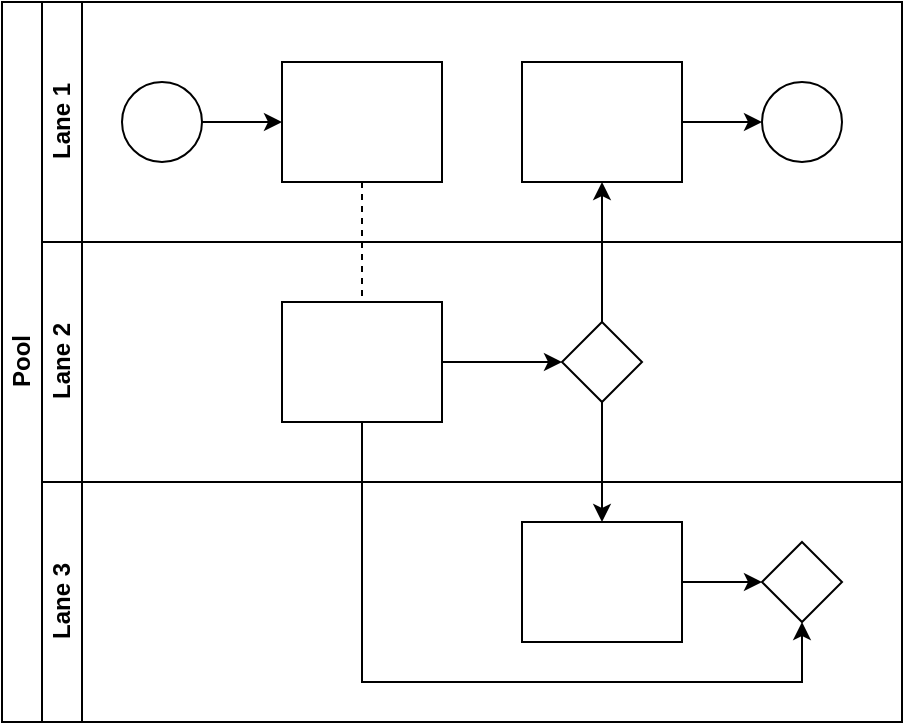
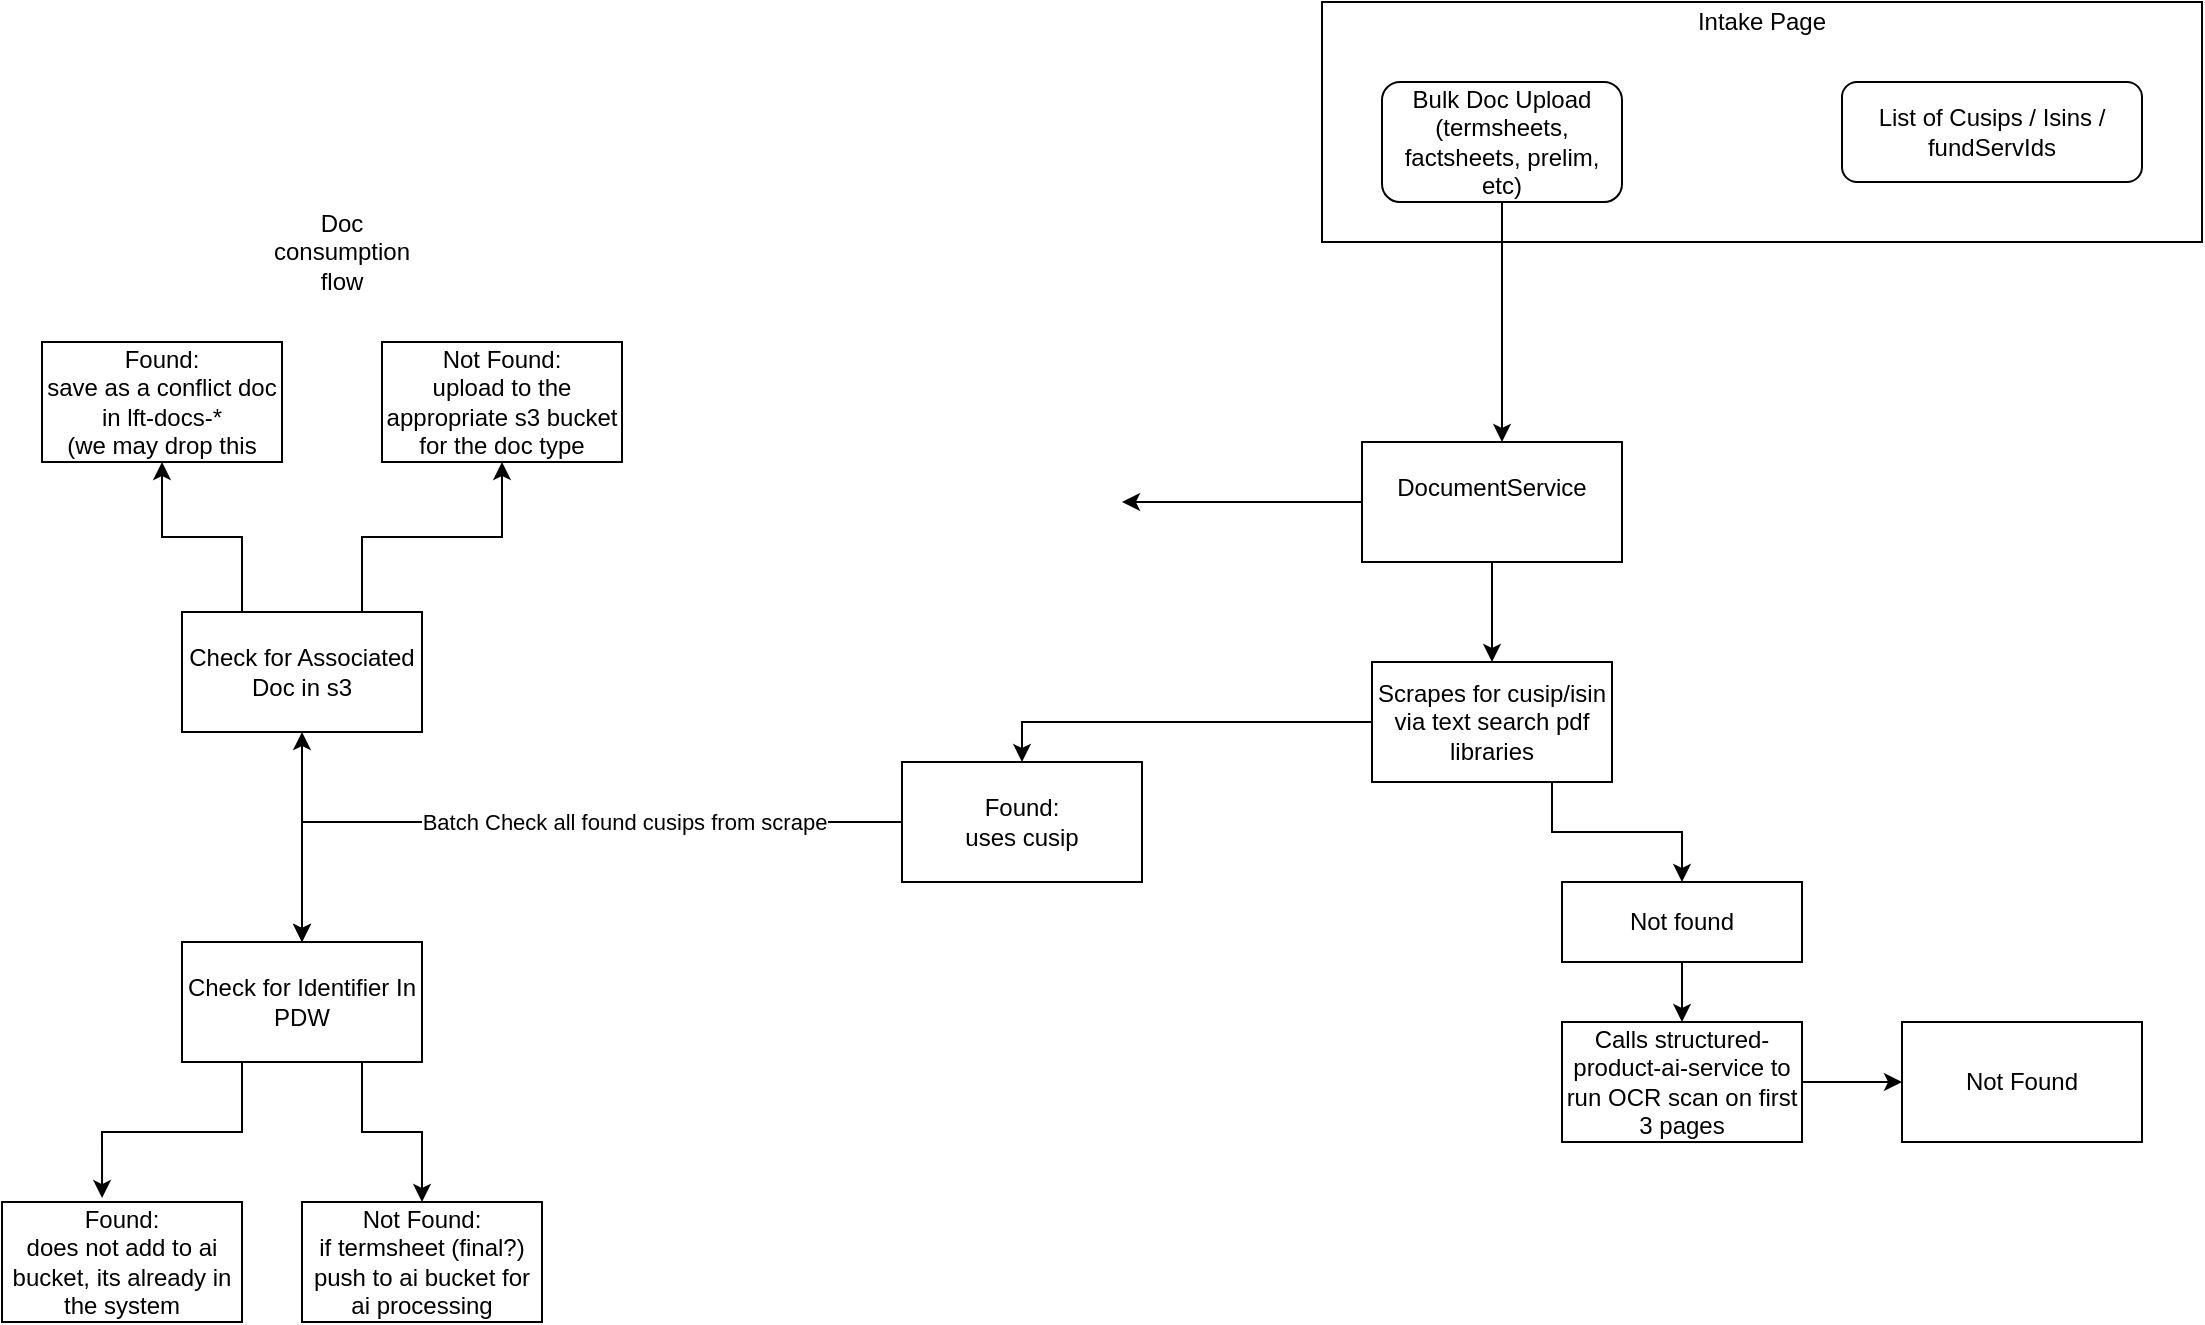
<mxfile host="app.diagrams.net">
  <diagram id="prtHgNgQTEPvFCAcTncT" name="Page-1">
-     <mxGraphModel dx="1223" dy="645" grid="1" gridSize="10" guides="1" tooltips="1" connect="1" arrows="1" fold="1" page="1" pageScale="1" pageWidth="827" pageHeight="1169" math="0" shadow="0">
+     <mxGraphModel dx="2241" dy="761" grid="1" gridSize="10" guides="1" tooltips="1" connect="1" arrows="1" fold="1" page="1" pageScale="1" pageWidth="827" pageHeight="1169" math="0" shadow="0">
      <root>
        <mxCell id="0" />
        <mxCell id="1" parent="0" />
-         <mxCell id="dNxyNK7c78bLwvsdeMH5-19" value="Pool" style="swimlane;html=1;childLayout=stackLayout;resizeParent=1;resizeParentMax=0;horizontal=0;startSize=20;horizontalStack=0;" parent="1" vertex="1">
-           <mxGeometry x="120" y="120" width="450" height="360" as="geometry" />
+         <mxCell id="nDp43B2aPUJu3V_i12Yd-2" parent="1" style="rounded=0;whiteSpace=wrap;html=1;" value="Intake Page&lt;div&gt;&lt;br&gt;&lt;/div&gt;&lt;div&gt;&lt;br&gt;&lt;/div&gt;&lt;div&gt;&lt;br&gt;&lt;/div&gt;&lt;div&gt;&lt;br&gt;&lt;/div&gt;&lt;div&gt;&lt;br&gt;&lt;/div&gt;&lt;div&gt;&lt;br&gt;&lt;/div&gt;&lt;div&gt;&lt;br&gt;&lt;/div&gt;" vertex="1">
+           <mxGeometry height="120" width="440" x="80" y="120" as="geometry" />
        </mxCell>
-         <mxCell id="dNxyNK7c78bLwvsdeMH5-27" value="" style="edgeStyle=orthogonalEdgeStyle;rounded=0;orthogonalLoop=1;jettySize=auto;html=1;dashed=1;endArrow=none;endFill=0;" parent="dNxyNK7c78bLwvsdeMH5-19" source="dNxyNK7c78bLwvsdeMH5-24" target="dNxyNK7c78bLwvsdeMH5-26" edge="1">
+         <mxCell id="nDp43B2aPUJu3V_i12Yd-8" edge="1" parent="1" source="nDp43B2aPUJu3V_i12Yd-4" style="edgeStyle=orthogonalEdgeStyle;rounded=0;orthogonalLoop=1;jettySize=auto;html=1;exitX=0.5;exitY=1;exitDx=0;exitDy=0;endArrow=classic;endFill=1;">
+           <mxGeometry relative="1" as="geometry">
+             <mxPoint x="170" y="340" as="targetPoint" />
+           </mxGeometry>
+         </mxCell>
+         <mxCell id="nDp43B2aPUJu3V_i12Yd-4" parent="1" style="rounded=1;whiteSpace=wrap;html=1;" value="Bulk Doc Upload&lt;br&gt;(termsheets, factsheets, prelim, etc)" vertex="1">
+           <mxGeometry height="60" width="120" x="110" y="160" as="geometry" />
+         </mxCell>
+         <mxCell id="nDp43B2aPUJu3V_i12Yd-7" parent="1" style="rounded=1;whiteSpace=wrap;html=1;" value="List of Cusips / Isins / fundServIds" vertex="1">
+           <mxGeometry height="50" width="150" x="340" y="160" as="geometry" />
+         </mxCell>
+         <mxCell id="nDp43B2aPUJu3V_i12Yd-11" edge="1" parent="1" source="nDp43B2aPUJu3V_i12Yd-9" style="edgeStyle=orthogonalEdgeStyle;rounded=0;orthogonalLoop=1;jettySize=auto;html=1;" value="">
+           <mxGeometry relative="1" as="geometry">
+             <mxPoint x="-20" y="370" as="targetPoint" />
+           </mxGeometry>
+         </mxCell>
+         <mxCell id="nDp43B2aPUJu3V_i12Yd-14" edge="1" parent="1" source="nDp43B2aPUJu3V_i12Yd-9" style="edgeStyle=orthogonalEdgeStyle;rounded=0;orthogonalLoop=1;jettySize=auto;html=1;exitX=0.5;exitY=1;exitDx=0;exitDy=0;entryX=0.5;entryY=0;entryDx=0;entryDy=0;" target="nDp43B2aPUJu3V_i12Yd-13">
          <mxGeometry relative="1" as="geometry" />
        </mxCell>
-         <mxCell id="dNxyNK7c78bLwvsdeMH5-31" style="edgeStyle=orthogonalEdgeStyle;rounded=0;orthogonalLoop=1;jettySize=auto;html=1;endArrow=classic;endFill=1;" parent="dNxyNK7c78bLwvsdeMH5-19" source="dNxyNK7c78bLwvsdeMH5-28" target="dNxyNK7c78bLwvsdeMH5-30" edge="1">
+         <mxCell id="nDp43B2aPUJu3V_i12Yd-9" parent="1" style="rounded=0;whiteSpace=wrap;html=1;" value="DocumentService&lt;div&gt;&lt;br&gt;&lt;/div&gt;" vertex="1">
+           <mxGeometry height="60" width="130" x="100" y="340" as="geometry" />
+         </mxCell>
+         <mxCell id="nDp43B2aPUJu3V_i12Yd-18" edge="1" parent="1" source="nDp43B2aPUJu3V_i12Yd-13" style="edgeStyle=orthogonalEdgeStyle;rounded=0;orthogonalLoop=1;jettySize=auto;html=1;exitX=0.75;exitY=1;exitDx=0;exitDy=0;" target="nDp43B2aPUJu3V_i12Yd-19">
+           <mxGeometry relative="1" as="geometry">
+             <mxPoint x="240" y="590" as="targetPoint" />
+           </mxGeometry>
+         </mxCell>
+         <mxCell id="nDp43B2aPUJu3V_i12Yd-44" edge="1" parent="1" source="nDp43B2aPUJu3V_i12Yd-13" style="edgeStyle=orthogonalEdgeStyle;rounded=0;orthogonalLoop=1;jettySize=auto;html=1;exitX=0;exitY=0.5;exitDx=0;exitDy=0;entryX=0.5;entryY=0;entryDx=0;entryDy=0;" target="nDp43B2aPUJu3V_i12Yd-17">
          <mxGeometry relative="1" as="geometry" />
        </mxCell>
-         <mxCell id="dNxyNK7c78bLwvsdeMH5-35" style="edgeStyle=orthogonalEdgeStyle;rounded=0;orthogonalLoop=1;jettySize=auto;html=1;endArrow=classic;endFill=1;" parent="dNxyNK7c78bLwvsdeMH5-19" source="dNxyNK7c78bLwvsdeMH5-28" target="dNxyNK7c78bLwvsdeMH5-34" edge="1">
+         <mxCell id="nDp43B2aPUJu3V_i12Yd-13" parent="1" style="rounded=0;whiteSpace=wrap;html=1;" value="Scrapes for cusip/isin via text search pdf libraries" vertex="1">
+           <mxGeometry height="60" width="120" x="105" y="450" as="geometry" />
+         </mxCell>
+         <mxCell id="nDp43B2aPUJu3V_i12Yd-30" edge="1" parent="1" source="nDp43B2aPUJu3V_i12Yd-17" style="edgeStyle=orthogonalEdgeStyle;rounded=0;orthogonalLoop=1;jettySize=auto;html=1;" target="nDp43B2aPUJu3V_i12Yd-29" value="">
          <mxGeometry relative="1" as="geometry" />
        </mxCell>
-         <mxCell id="dNxyNK7c78bLwvsdeMH5-38" style="edgeStyle=orthogonalEdgeStyle;rounded=0;orthogonalLoop=1;jettySize=auto;html=1;endArrow=classic;endFill=1;" parent="dNxyNK7c78bLwvsdeMH5-19" source="dNxyNK7c78bLwvsdeMH5-26" target="dNxyNK7c78bLwvsdeMH5-36" edge="1">
-           <mxGeometry relative="1" as="geometry">
-             <Array as="points">
-               <mxPoint x="180" y="340" />
-               <mxPoint x="400" y="340" />
-             </Array>
+         <mxCell id="nDp43B2aPUJu3V_i12Yd-31" edge="1" parent="1" source="nDp43B2aPUJu3V_i12Yd-17" style="edgeStyle=orthogonalEdgeStyle;rounded=0;orthogonalLoop=1;jettySize=auto;html=1;" target="nDp43B2aPUJu3V_i12Yd-29" value="">
+           <mxGeometry relative="1" as="geometry" />
+         </mxCell>
+         <mxCell id="nDp43B2aPUJu3V_i12Yd-33" edge="1" parent="1" source="nDp43B2aPUJu3V_i12Yd-17" style="edgeStyle=orthogonalEdgeStyle;rounded=0;orthogonalLoop=1;jettySize=auto;html=1;exitX=0;exitY=0.5;exitDx=0;exitDy=0;entryX=0.5;entryY=1;entryDx=0;entryDy=0;" target="nDp43B2aPUJu3V_i12Yd-32">
+           <mxGeometry relative="1" as="geometry" />
+         </mxCell>
+         <mxCell id="nDp43B2aPUJu3V_i12Yd-34" connectable="0" parent="nDp43B2aPUJu3V_i12Yd-33" style="edgeLabel;html=1;align=center;verticalAlign=middle;resizable=0;points=[];" value="Batch Check all found cusips from scrape" vertex="1">
+           <mxGeometry relative="1" x="0.0756" y="-1" as="geometry">
+             <mxPoint x="46" y="1" as="offset" />
          </mxGeometry>
        </mxCell>
-         <mxCell id="dNxyNK7c78bLwvsdeMH5-20" value="Lane 1" style="swimlane;html=1;startSize=20;horizontal=0;" parent="dNxyNK7c78bLwvsdeMH5-19" vertex="1">
-           <mxGeometry x="20" width="430" height="120" as="geometry" />
+         <mxCell id="nDp43B2aPUJu3V_i12Yd-17" parent="1" style="rounded=0;whiteSpace=wrap;html=1;" value="Found:&lt;br&gt;uses cusip" vertex="1">
+           <mxGeometry height="60" width="120" x="-130" y="500" as="geometry" />
        </mxCell>
-         <mxCell id="dNxyNK7c78bLwvsdeMH5-25" value="" style="edgeStyle=orthogonalEdgeStyle;rounded=0;orthogonalLoop=1;jettySize=auto;html=1;" parent="dNxyNK7c78bLwvsdeMH5-20" source="dNxyNK7c78bLwvsdeMH5-23" target="dNxyNK7c78bLwvsdeMH5-24" edge="1">
+         <mxCell id="nDp43B2aPUJu3V_i12Yd-21" edge="1" parent="1" source="nDp43B2aPUJu3V_i12Yd-19" style="edgeStyle=orthogonalEdgeStyle;rounded=0;orthogonalLoop=1;jettySize=auto;html=1;" target="nDp43B2aPUJu3V_i12Yd-20" value="">
          <mxGeometry relative="1" as="geometry" />
        </mxCell>
-         <mxCell id="dNxyNK7c78bLwvsdeMH5-23" value="" style="ellipse;whiteSpace=wrap;html=1;" parent="dNxyNK7c78bLwvsdeMH5-20" vertex="1">
-           <mxGeometry x="40" y="40" width="40" height="40" as="geometry" />
+         <mxCell id="nDp43B2aPUJu3V_i12Yd-19" parent="1" style="rounded=0;whiteSpace=wrap;html=1;" value="Not found" vertex="1">
+           <mxGeometry height="40" width="120" x="200" y="560" as="geometry" />
        </mxCell>
-         <mxCell id="dNxyNK7c78bLwvsdeMH5-24" value="" style="rounded=0;whiteSpace=wrap;html=1;fontFamily=Helvetica;fontSize=12;fontColor=#000000;align=center;" parent="dNxyNK7c78bLwvsdeMH5-20" vertex="1">
-           <mxGeometry x="120" y="30" width="80" height="60" as="geometry" />
+         <mxCell id="nDp43B2aPUJu3V_i12Yd-25" edge="1" parent="1" source="nDp43B2aPUJu3V_i12Yd-20" style="edgeStyle=orthogonalEdgeStyle;rounded=0;orthogonalLoop=1;jettySize=auto;html=1;exitX=1;exitY=0.5;exitDx=0;exitDy=0;entryX=0;entryY=0.5;entryDx=0;entryDy=0;" target="nDp43B2aPUJu3V_i12Yd-27">
+           <mxGeometry relative="1" as="geometry">
+             <mxPoint x="400" y="660" as="targetPoint" />
+           </mxGeometry>
        </mxCell>
-         <mxCell id="dNxyNK7c78bLwvsdeMH5-33" value="" style="edgeStyle=orthogonalEdgeStyle;rounded=0;orthogonalLoop=1;jettySize=auto;html=1;endArrow=classic;endFill=1;" parent="dNxyNK7c78bLwvsdeMH5-20" source="dNxyNK7c78bLwvsdeMH5-30" target="dNxyNK7c78bLwvsdeMH5-32" edge="1">
+         <mxCell id="nDp43B2aPUJu3V_i12Yd-20" parent="1" style="whiteSpace=wrap;html=1;rounded=0;" value="Calls structured-product-ai-service to run OCR scan on first 3 pages" vertex="1">
+           <mxGeometry height="60" width="120" x="200" y="630" as="geometry" />
+         </mxCell>
+         <mxCell id="nDp43B2aPUJu3V_i12Yd-27" parent="1" style="rounded=0;whiteSpace=wrap;html=1;" value="Not Found" vertex="1">
+           <mxGeometry height="60" width="120" x="370" y="630" as="geometry" />
+         </mxCell>
+         <mxCell id="nDp43B2aPUJu3V_i12Yd-35" edge="1" parent="1" source="nDp43B2aPUJu3V_i12Yd-29" style="edgeStyle=orthogonalEdgeStyle;rounded=0;orthogonalLoop=1;jettySize=auto;html=1;exitX=0.25;exitY=1;exitDx=0;exitDy=0;entryX=0.417;entryY=-0.033;entryDx=0;entryDy=0;entryPerimeter=0;" target="nDp43B2aPUJu3V_i12Yd-36">
+           <mxGeometry relative="1" as="geometry">
+             <mxPoint x="-540" y="710" as="targetPoint" />
+           </mxGeometry>
+         </mxCell>
+         <mxCell id="nDp43B2aPUJu3V_i12Yd-37" edge="1" parent="1" source="nDp43B2aPUJu3V_i12Yd-29" style="edgeStyle=orthogonalEdgeStyle;rounded=0;orthogonalLoop=1;jettySize=auto;html=1;exitX=0.75;exitY=1;exitDx=0;exitDy=0;entryX=0.5;entryY=0;entryDx=0;entryDy=0;" target="nDp43B2aPUJu3V_i12Yd-38">
+           <mxGeometry relative="1" as="geometry">
+             <mxPoint x="-340" y="710" as="targetPoint" />
+           </mxGeometry>
+         </mxCell>
+         <mxCell id="nDp43B2aPUJu3V_i12Yd-29" parent="1" style="rounded=0;whiteSpace=wrap;html=1;" value="Check for Identifier In PDW" vertex="1">
+           <mxGeometry height="60" width="120" x="-490" y="590" as="geometry" />
+         </mxCell>
+         <mxCell id="nDp43B2aPUJu3V_i12Yd-42" edge="1" parent="1" source="nDp43B2aPUJu3V_i12Yd-32" style="edgeStyle=orthogonalEdgeStyle;rounded=0;orthogonalLoop=1;jettySize=auto;html=1;exitX=0.25;exitY=0;exitDx=0;exitDy=0;entryX=0.5;entryY=1;entryDx=0;entryDy=0;" target="nDp43B2aPUJu3V_i12Yd-40">
          <mxGeometry relative="1" as="geometry" />
        </mxCell>
-         <mxCell id="dNxyNK7c78bLwvsdeMH5-30" value="" style="rounded=0;whiteSpace=wrap;html=1;fontFamily=Helvetica;fontSize=12;fontColor=#000000;align=center;" parent="dNxyNK7c78bLwvsdeMH5-20" vertex="1">
-           <mxGeometry x="240" y="30" width="80" height="60" as="geometry" />
-         </mxCell>
-         <mxCell id="dNxyNK7c78bLwvsdeMH5-32" value="" style="ellipse;whiteSpace=wrap;html=1;" parent="dNxyNK7c78bLwvsdeMH5-20" vertex="1">
-           <mxGeometry x="360" y="40" width="40" height="40" as="geometry" />
-         </mxCell>
-         <mxCell id="dNxyNK7c78bLwvsdeMH5-21" value="Lane 2" style="swimlane;html=1;startSize=20;horizontal=0;" parent="dNxyNK7c78bLwvsdeMH5-19" vertex="1">
-           <mxGeometry x="20" y="120" width="430" height="120" as="geometry" />
-         </mxCell>
-         <mxCell id="dNxyNK7c78bLwvsdeMH5-29" value="" style="edgeStyle=orthogonalEdgeStyle;rounded=0;orthogonalLoop=1;jettySize=auto;html=1;endArrow=classic;endFill=1;" parent="dNxyNK7c78bLwvsdeMH5-21" source="dNxyNK7c78bLwvsdeMH5-26" target="dNxyNK7c78bLwvsdeMH5-28" edge="1">
+         <mxCell id="nDp43B2aPUJu3V_i12Yd-43" edge="1" parent="1" source="nDp43B2aPUJu3V_i12Yd-32" style="edgeStyle=orthogonalEdgeStyle;rounded=0;orthogonalLoop=1;jettySize=auto;html=1;exitX=0.75;exitY=0;exitDx=0;exitDy=0;entryX=0.5;entryY=1;entryDx=0;entryDy=0;" target="nDp43B2aPUJu3V_i12Yd-41">
          <mxGeometry relative="1" as="geometry" />
        </mxCell>
-         <mxCell id="dNxyNK7c78bLwvsdeMH5-26" value="" style="rounded=0;whiteSpace=wrap;html=1;fontFamily=Helvetica;fontSize=12;fontColor=#000000;align=center;" parent="dNxyNK7c78bLwvsdeMH5-21" vertex="1">
-           <mxGeometry x="120" y="30" width="80" height="60" as="geometry" />
+         <mxCell id="nDp43B2aPUJu3V_i12Yd-32" parent="1" style="whiteSpace=wrap;html=1;" value="Check for Associated Doc in s3" vertex="1">
+           <mxGeometry height="60" width="120" x="-490" y="425" as="geometry" />
        </mxCell>
-         <mxCell id="dNxyNK7c78bLwvsdeMH5-28" value="" style="rhombus;whiteSpace=wrap;html=1;fontFamily=Helvetica;fontSize=12;fontColor=#000000;align=center;" parent="dNxyNK7c78bLwvsdeMH5-21" vertex="1">
-           <mxGeometry x="260" y="40" width="40" height="40" as="geometry" />
+         <mxCell id="nDp43B2aPUJu3V_i12Yd-36" parent="1" style="rounded=0;whiteSpace=wrap;html=1;" value="Found:&lt;div&gt;does not add to ai bucket, its already in the system&lt;/div&gt;" vertex="1">
+           <mxGeometry height="60" width="120" x="-580" y="720" as="geometry" />
        </mxCell>
-         <mxCell id="dNxyNK7c78bLwvsdeMH5-22" value="Lane 3" style="swimlane;html=1;startSize=20;horizontal=0;" parent="dNxyNK7c78bLwvsdeMH5-19" vertex="1">
-           <mxGeometry x="20" y="240" width="430" height="120" as="geometry" />
+         <mxCell id="nDp43B2aPUJu3V_i12Yd-38" parent="1" style="rounded=0;whiteSpace=wrap;html=1;" value="Not Found:&lt;div&gt;if termsheet (final?) push to ai bucket for ai processing&lt;/div&gt;" vertex="1">
+           <mxGeometry height="60" width="120" x="-430" y="720" as="geometry" />
        </mxCell>
-         <mxCell id="dNxyNK7c78bLwvsdeMH5-37" value="" style="edgeStyle=orthogonalEdgeStyle;rounded=0;orthogonalLoop=1;jettySize=auto;html=1;endArrow=classic;endFill=1;" parent="dNxyNK7c78bLwvsdeMH5-22" source="dNxyNK7c78bLwvsdeMH5-34" target="dNxyNK7c78bLwvsdeMH5-36" edge="1">
-           <mxGeometry relative="1" as="geometry" />
+         <mxCell id="nDp43B2aPUJu3V_i12Yd-40" parent="1" style="rounded=0;whiteSpace=wrap;html=1;" value="Found:&lt;div&gt;save as a conflict doc in lft-docs-*&lt;/div&gt;&lt;div&gt;(we may drop this&lt;/div&gt;" vertex="1">
+           <mxGeometry height="60" width="120" x="-560" y="290" as="geometry" />
        </mxCell>
-         <mxCell id="dNxyNK7c78bLwvsdeMH5-34" value="" style="rounded=0;whiteSpace=wrap;html=1;fontFamily=Helvetica;fontSize=12;fontColor=#000000;align=center;" parent="dNxyNK7c78bLwvsdeMH5-22" vertex="1">
-           <mxGeometry x="240" y="20" width="80" height="60" as="geometry" />
+         <mxCell id="nDp43B2aPUJu3V_i12Yd-41" parent="1" style="rounded=0;whiteSpace=wrap;html=1;" value="Not Found:&lt;div&gt;upload to the appropriate s3 bucket for the doc type&lt;/div&gt;" vertex="1">
+           <mxGeometry height="60" width="120" x="-390" y="290" as="geometry" />
        </mxCell>
-         <mxCell id="dNxyNK7c78bLwvsdeMH5-36" value="" style="rhombus;whiteSpace=wrap;html=1;fontFamily=Helvetica;fontSize=12;fontColor=#000000;align=center;" parent="dNxyNK7c78bLwvsdeMH5-22" vertex="1">
-           <mxGeometry x="360" y="30" width="40" height="40" as="geometry" />
+         <mxCell id="nDp43B2aPUJu3V_i12Yd-45" parent="1" style="text;html=1;whiteSpace=wrap;strokeColor=none;fillColor=none;align=center;verticalAlign=middle;rounded=0;" value="Doc consumption flow" vertex="1">
+           <mxGeometry height="30" width="60" x="-440" y="230" as="geometry" />
        </mxCell>
      </root>
    </mxGraphModel>
  </diagram>
</mxfile>
